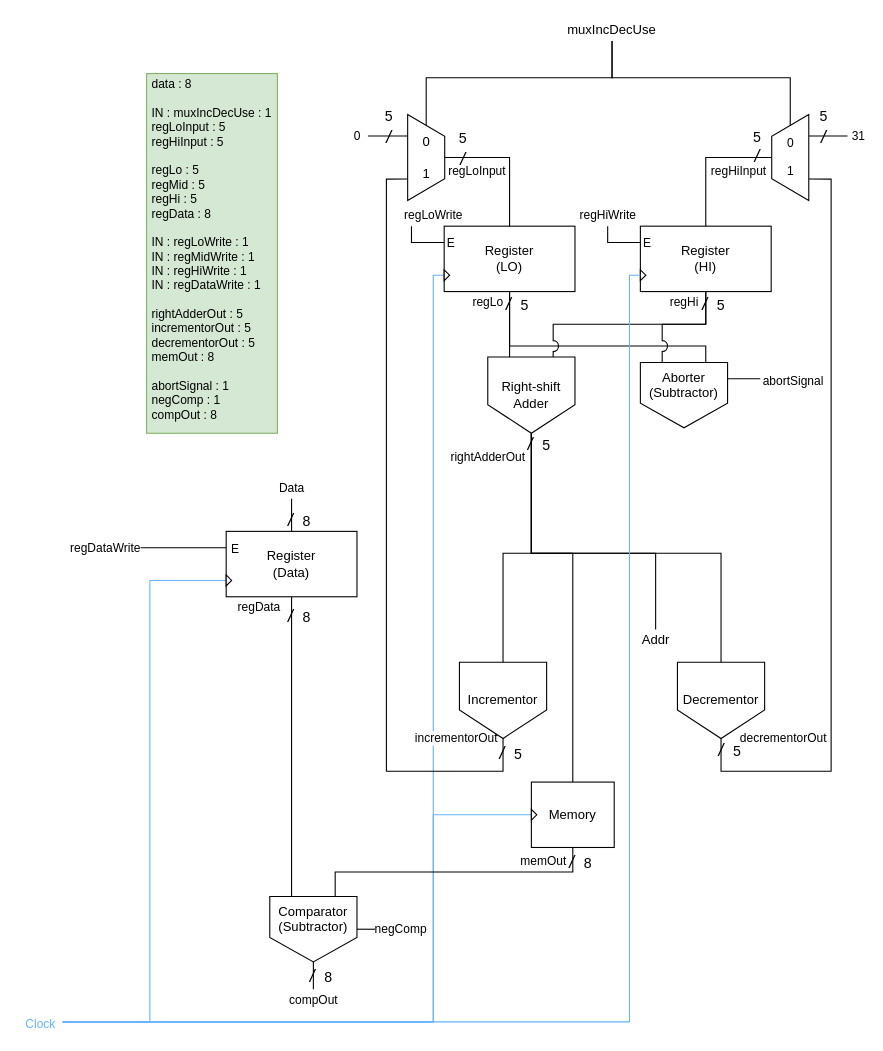
Before: labs/lab11/L11P2/data path diagram.drawio in featherbear/UNSW-COMP3222, a draw.io diagram. Source tidied: cells renumbered, new cells numbered last; positions are measured from the earlier drawing's top-left corner, leaving out a move shared by most shapes. Both pictures are drawn from the tidied source at 109%, with x=0, y=0 at pixel (19, 19).
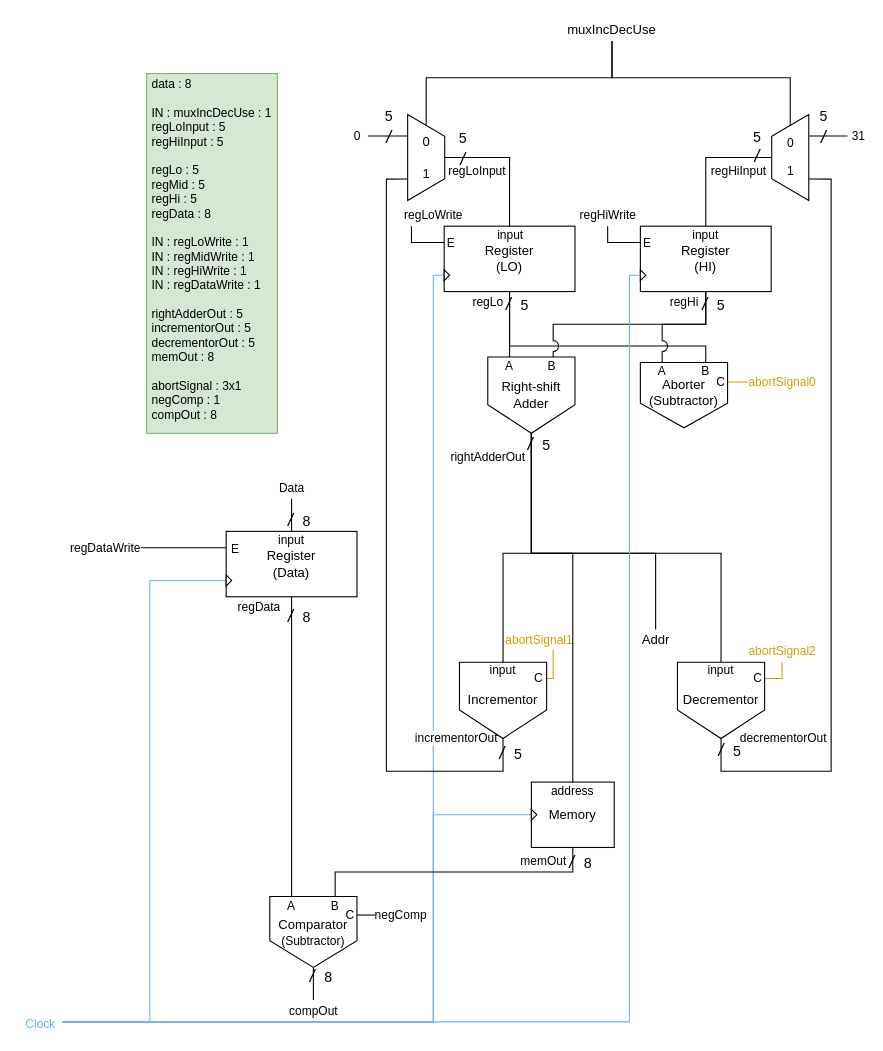
The same page after the edit.

The change refers to these unchanged cells:
```xml
<mxCell id="21" value="Decrementor" style="shape=offPageConnector;whiteSpace=wrap;html=1;" parent="1" vertex="1">
  <mxGeometry x="604" y="590" width="80" height="70" as="geometry" />
</mxCell>
<mxCell id="27" style="shape=trapezoid;perimeter=trapezoidPerimeter;whiteSpace=wrap;html=1;fixedSize=1;rotation=-90;horizontal=0;" parent="1" vertex="1">
  <mxGeometry x="668" y="110" width="79" height="34" as="geometry" />
</mxCell>
```

The edit, as a diff of the source:
```diff
@@
+    <mxCell id="67" value="abortSignal1" style="edgeStyle=orthogonalEdgeStyle;rounded=0;jettySize=auto;html=1;exitX=1;exitY=0.5;exitDx=0;exitDy=0;endArrow=none;endFill=0;fillColor=#ffe6cc;strokeColor=#d79b00;fontColor=#D79B00;" parent="1" edge="1" source="72">
+      <mxGeometry x="1" y="16" relative="1" as="geometry">
+        <mxPoint x="490" y="578.7" as="targetPoint" />
+        <mxPoint x="3" y="-9" as="offset" />
+      </mxGeometry>
+    </mxCell>
+    <mxCell id="68" value="abortSignal2" style="edgeStyle=orthogonalEdgeStyle;rounded=0;jettySize=auto;html=1;exitX=1;exitY=0.5;exitDx=0;exitDy=0;endArrow=none;endFill=0;fillColor=#ffe6cc;strokeColor=#d79b00;fontColor=#D79B00;" parent="1" edge="1" source="70">
+      <mxGeometry x="1" y="10" relative="1" as="geometry">
+        <mxPoint x="700" y="590" as="targetPoint" />
+        <mxPoint x="10" y="-10" as="offset" />
+      </mxGeometry>
+    </mxCell>
+    <mxCell id="69" value="abortSignal0" style="edgeStyle=orthogonalEdgeStyle;rounded=0;jettySize=auto;html=1;exitX=1;exitY=0.5;exitDx=0;exitDy=0;endArrow=none;endFill=0;fillColor=#ffe6cc;strokeColor=#d79b00;fontColor=#D79B00;" parent="1" edge="1" source="71">
+      <mxGeometry x="1" y="20" relative="1" as="geometry">
+        <mxPoint x="680" y="333" as="targetPoint" />
+        <mxPoint x="20" y="20" as="offset" />
+      </mxGeometry>
+    </mxCell>
@@
     <mxCell id="10" value="compOut" style="edgeStyle=orthogonalEdgeStyle;rounded=0;jettySize=auto;html=1;exitX=0.5;exitY=1;exitDx=0;exitDy=0;endArrow=none;endFill=0;" parent="1" edge="1" source="12">
       <mxGeometry x="1" y="10" relative="1" as="geometry">
-        <mxPoint x="270" y="890" as="targetPoint" />
+        <mxPoint x="270" y="900" as="targetPoint" />
         <mxPoint x="-10" y="10" as="offset" />
       </mxGeometry>
     </mxCell>
-    <mxCell id="11" value="negComp" style="edgeStyle=orthogonalEdgeStyle;rounded=0;jettySize=auto;html=1;exitX=1;exitY=0.5;exitDx=0;exitDy=0;endArrow=none;endFill=0;" parent="1" edge="1" source="12">
+    <mxCell id="11" value="negComp" style="edgeStyle=orthogonalEdgeStyle;rounded=0;jettySize=auto;html=1;exitX=1;exitY=0.5;exitDx=0;exitDy=0;endArrow=none;endFill=0;labelBackgroundColor=#ffffff;" parent="1" edge="1" source="74">
       <mxGeometry x="1" y="20" relative="1" as="geometry">
-        <mxPoint x="330" y="835" as="targetPoint" />
+        <mxPoint x="330" y="822" as="targetPoint" />
         <mxPoint x="20" y="20" as="offset" />
       </mxGeometry>
     </mxCell>
-    <mxCell id="12" value="Comparator&lt;br&gt;(Subtractor)" style="shape=offPageConnector;whiteSpace=wrap;html=1;verticalAlign=top;" parent="1" vertex="1">
-      <mxGeometry x="230" y="805" width="80" height="60" as="geometry" />
+    <mxCell id="12" value="Comparator&lt;br&gt;&lt;font style=&quot;font-size: 11px&quot;&gt;(Subtractor)&lt;/font&gt;" style="shape=offPageConnector;whiteSpace=wrap;html=1;verticalAlign=middle;" parent="1" vertex="1">
+      <mxGeometry x="230" y="805" width="80" height="65" as="geometry" />
     </mxCell>
@@
-    <mxCell id="20" value="decrementorOut" style="edgeStyle=orthogonalEdgeStyle;rounded=0;jettySize=auto;html=1;entryX=0.25;entryY=1;entryDx=0;entryDy=0;endArrow=none;endFill=0;exitX=0.5;exitY=1;exitDx=0;exitDy=0;" parent="1" edge="1" source="21" target="27">
+    <mxCell id="20" value="decrementorOut" style="edgeStyle=orthogonalEdgeStyle;rounded=0;jettySize=auto;html=1;entryX=0.25;entryY=1;entryDx=0;entryDy=0;endArrow=none;endFill=0;exitX=0.5;exitY=1;exitDx=0;exitDy=0;labelBackgroundColor=none;" parent="1" edge="1" source="21" target="27">
       <mxGeometry x="-0.75" y="30" relative="1" as="geometry">
         <Array as="points">
           <mxPoint x="644" y="690" />
           <mxPoint x="745" y="690" />
           <mxPoint x="745" y="147" />
         </Array>
       </mxGeometry>
     </mxCell>
@@
-    <mxCell id="39" value="&lt;font style=&quot;font-size: 11px&quot;&gt;abortSignal&lt;/font&gt;" style="edgeStyle=orthogonalEdgeStyle;rounded=0;jumpStyle=arc;jumpSize=10;jettySize=auto;html=1;exitX=1;exitY=0.25;exitDx=0;exitDy=0;labelBackgroundColor=#ffffff;startSize=6;endArrow=none;endFill=0;fontSize=16;fontColor=none;" parent="1" edge="1" source="40">
-      <mxGeometry x="1" y="30" relative="1" as="geometry">
-        <mxPoint x="680" y="330" as="targetPoint" />
-        <mxPoint x="30" y="30" as="offset" />
-      </mxGeometry>
-    </mxCell>
-    <mxCell id="40" value="Aborter&lt;br&gt;(Subtractor)&lt;br&gt;" style="shape=offPageConnector;whiteSpace=wrap;html=1;verticalAlign=top;" parent="1" vertex="1">
+    <mxCell id="40" value="&lt;font style=&quot;font-size: 12px&quot;&gt;&lt;br&gt;&lt;/font&gt;Aborter&lt;br&gt;(Subtractor)" style="shape=offPageConnector;whiteSpace=wrap;html=1;verticalAlign=top;spacing=-5;" parent="1" vertex="1">
       <mxGeometry x="570" y="315" width="80" height="60" as="geometry" />
     </mxCell>
@@
-    <mxCell id="63" value="&lt;br&gt;data : 8&lt;br&gt;&lt;br&gt;IN :&amp;nbsp;muxIncDecUse : 1&lt;br&gt;regLoInput : 5&lt;br&gt;regHiInput : 5&lt;br&gt;&lt;br&gt;regLo : 5&lt;br&gt;regMid : 5&lt;br&gt;regHi : 5&lt;br&gt;regData : 8&lt;br&gt;&lt;br&gt;IN : regLoWrite : 1&lt;br&gt;IN : regMidWrite : 1&lt;br&gt;IN :&amp;nbsp;regHiWrite : 1&lt;br&gt;IN :&amp;nbsp;regDataWrite : 1&lt;br&gt;&lt;br&gt;rightAdderOut : 5&lt;br&gt;incrementorOut : 5&lt;br&gt;decrementorOut : 5&lt;br&gt;memOut : 8&lt;br&gt;&lt;br&gt;abortSignal : 1&lt;br&gt;negComp : 1&lt;br&gt;compOut : 8" style="text;html=1;strokeColor=#82b366;fillColor=#d5e8d4;spacing=5;spacingTop=-20;whiteSpace=wrap;overflow=hidden;rounded=0;fontSize=11;align=left;verticalAlign=middle;" parent="1" vertex="1">
+    <mxCell id="63" value="&lt;br&gt;data : 8&lt;br&gt;&lt;br&gt;IN :&amp;nbsp;muxIncDecUse : 1&lt;br&gt;regLoInput : 5&lt;br&gt;regHiInput : 5&lt;br&gt;&lt;br&gt;regLo : 5&lt;br&gt;regMid : 5&lt;br&gt;regHi : 5&lt;br&gt;regData : 8&lt;br&gt;&lt;br&gt;IN : regLoWrite : 1&lt;br&gt;IN : regMidWrite : 1&lt;br&gt;IN :&amp;nbsp;regHiWrite : 1&lt;br&gt;IN :&amp;nbsp;regDataWrite : 1&lt;br&gt;&lt;br&gt;rightAdderOut : 5&lt;br&gt;incrementorOut : 5&lt;br&gt;decrementorOut : 5&lt;br&gt;memOut : 8&lt;br&gt;&lt;br&gt;abortSignal : 3x1&lt;br&gt;negComp : 1&lt;br&gt;compOut : 8" style="text;html=1;strokeColor=#82b366;fillColor=#d5e8d4;spacing=5;spacingTop=-20;whiteSpace=wrap;overflow=hidden;rounded=0;fontSize=11;align=left;verticalAlign=middle;" parent="1" vertex="1">
       <mxGeometry x="117" y="50" width="120" height="330" as="geometry" />
     </mxCell>
@@
+    <mxCell id="70" value="C" style="text;html=1;strokeColor=none;fillColor=none;align=center;verticalAlign=middle;whiteSpace=wrap;rounded=0;fontSize=11;" parent="1" vertex="1">
+      <mxGeometry x="672" y="600" width="12" height="10" as="geometry" />
+    </mxCell>
+    <mxCell id="71" value="C" style="text;html=1;strokeColor=none;fillColor=none;align=center;verticalAlign=middle;whiteSpace=wrap;rounded=0;fontSize=11;" parent="1" vertex="1">
+      <mxGeometry x="638" y="328" width="12" height="10" as="geometry" />
+    </mxCell>
+    <mxCell id="72" value="C" style="text;html=1;strokeColor=none;fillColor=none;align=center;verticalAlign=middle;whiteSpace=wrap;rounded=0;fontSize=11;" parent="1" vertex="1">
+      <mxGeometry x="471" y="600" width="12" height="10" as="geometry" />
+    </mxCell>
+    <mxCell id="73" value="address" style="text;html=1;strokeColor=none;fillColor=none;align=center;verticalAlign=middle;whiteSpace=wrap;rounded=0;fontSize=11;" parent="1" vertex="1">
+      <mxGeometry x="502" y="703" width="12" height="10" as="geometry" />
+    </mxCell>
+    <mxCell id="74" value="C" style="text;html=1;strokeColor=none;fillColor=none;align=center;verticalAlign=middle;whiteSpace=wrap;rounded=0;fontSize=11;" parent="1" vertex="1">
+      <mxGeometry x="298" y="817" width="12" height="10" as="geometry" />
+    </mxCell>
+    <mxCell id="75" value="input" style="text;html=1;strokeColor=none;fillColor=none;align=center;verticalAlign=middle;whiteSpace=wrap;rounded=0;fontSize=11;" parent="1" vertex="1">
+      <mxGeometry x="438" y="592" width="12" height="10" as="geometry" />
+    </mxCell>
+    <mxCell id="76" value="input" style="text;html=1;strokeColor=none;fillColor=none;align=center;verticalAlign=middle;whiteSpace=wrap;rounded=0;fontSize=11;" parent="1" vertex="1">
+      <mxGeometry x="638" y="592" width="12" height="10" as="geometry" />
+    </mxCell>
+    <mxCell id="77" value="input" style="text;html=1;strokeColor=none;fillColor=none;align=center;verticalAlign=middle;whiteSpace=wrap;rounded=0;fontSize=11;" parent="1" vertex="1">
+      <mxGeometry x="244" y="473" width="12" height="10" as="geometry" />
+    </mxCell>
+    <mxCell id="78" value="input" style="text;html=1;strokeColor=none;fillColor=none;align=center;verticalAlign=middle;whiteSpace=wrap;rounded=0;fontSize=11;" parent="1" vertex="1">
+      <mxGeometry x="445" y="193" width="12" height="10" as="geometry" />
+    </mxCell>
+    <mxCell id="79" value="input" style="text;html=1;strokeColor=none;fillColor=none;align=center;verticalAlign=middle;whiteSpace=wrap;rounded=0;fontSize=11;" parent="1" vertex="1">
+      <mxGeometry x="624" y="193" width="12" height="10" as="geometry" />
+    </mxCell>
+    <mxCell id="80" value="A" style="text;html=1;strokeColor=none;fillColor=none;align=center;verticalAlign=middle;whiteSpace=wrap;rounded=0;fontSize=11;" parent="1" vertex="1">
+      <mxGeometry x="444" y="313" width="12" height="10" as="geometry" />
+    </mxCell>
+    <mxCell id="81" value="B" style="text;html=1;strokeColor=none;fillColor=none;align=center;verticalAlign=middle;whiteSpace=wrap;rounded=0;fontSize=11;" parent="1" vertex="1">
+      <mxGeometry x="483" y="313" width="12" height="10" as="geometry" />
+    </mxCell>
+    <mxCell id="82" value="A" style="text;html=1;strokeColor=none;fillColor=none;align=center;verticalAlign=middle;whiteSpace=wrap;rounded=0;fontSize=11;" parent="1" vertex="1">
+      <mxGeometry x="584" y="318" width="12" height="10" as="geometry" />
+    </mxCell>
+    <mxCell id="83" value="B" style="text;html=1;strokeColor=none;fillColor=none;align=center;verticalAlign=middle;whiteSpace=wrap;rounded=0;fontSize=11;" parent="1" vertex="1">
+      <mxGeometry x="624" y="318" width="12" height="10" as="geometry" />
+    </mxCell>
+    <mxCell id="84" value="A" style="text;html=1;strokeColor=none;fillColor=none;align=center;verticalAlign=middle;whiteSpace=wrap;rounded=0;fontSize=11;" parent="1" vertex="1">
+      <mxGeometry x="244" y="809" width="12" height="10" as="geometry" />
+    </mxCell>
+    <mxCell id="85" value="B" style="text;html=1;strokeColor=none;fillColor=none;align=center;verticalAlign=middle;whiteSpace=wrap;rounded=0;fontSize=11;" parent="1" vertex="1">
+      <mxGeometry x="284" y="809" width="12" height="10" as="geometry" />
+    </mxCell>
```
